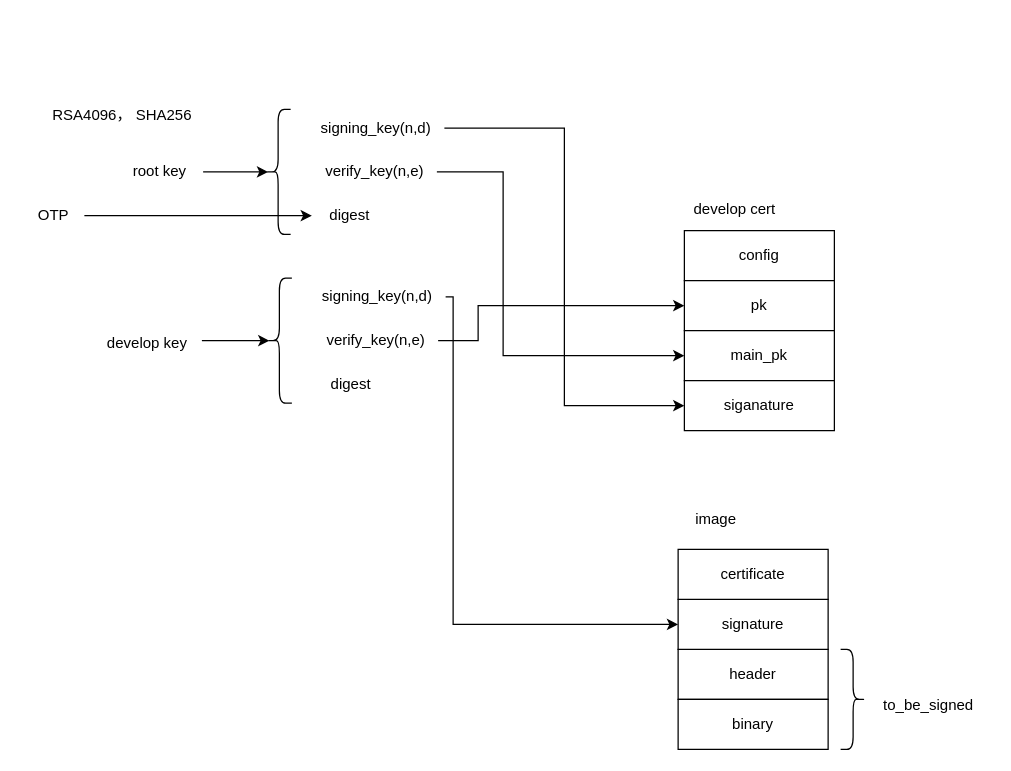
This is secure_boot.drawio from thomas-coding/drawio, a draw.io file, before an edit. Source tidied: cells renumbered, new cells numbered last; positions are measured from the earlier drawing's top-left corner, leaving out a move shared by most shapes. Both pictures are drawn from the tidied source at 125%, with x=0, y=0 at pixel (21, 96).
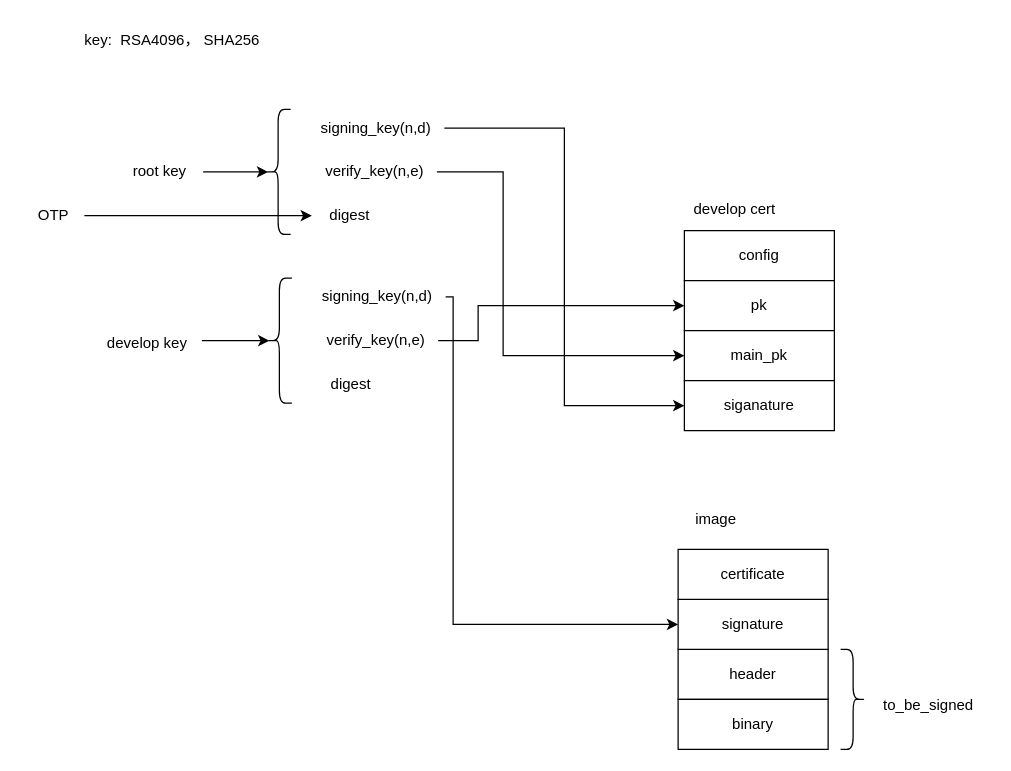
The same diagram, later.

What changed in the source:
```diff
@@
-    <mxCell id="4" value="RSA4096， SHA256" style="text;html=1;align=center;verticalAlign=middle;strokeColor=none;fillColor=none;" parent="1" vertex="1">
-      <mxGeometry x="15" width="130" height="30" as="geometry" />
+    <mxCell id="4" value="key:&amp;nbsp; RSA4096， SHA256" style="text;html=1;align=center;verticalAlign=middle;strokeColor=none;fillColor=none;" parent="1" vertex="1">
+      <mxGeometry x="40" y="-60" width="160" height="30" as="geometry" />
     </mxCell>
```
